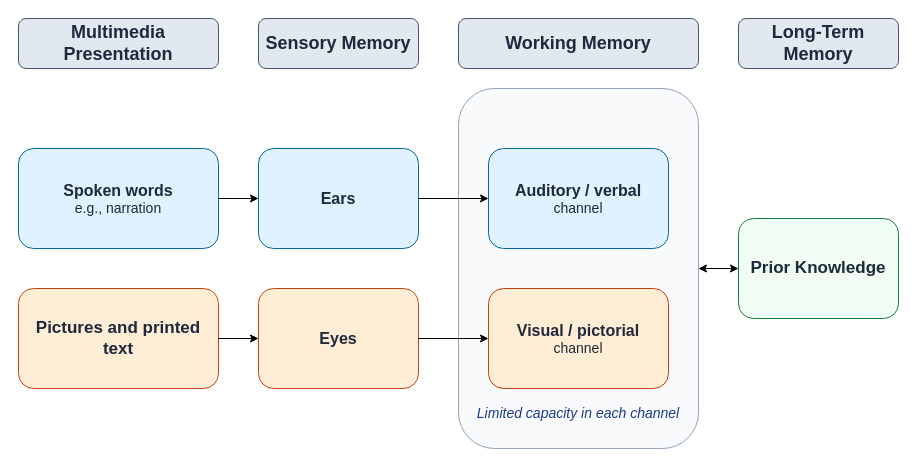
Above: thesis_figure_two.drawio in Matasem-h/SimpleFlowcharts (draw.io), before the change. Source tidied: cells renumbered, new cells numbered last; positions are measured from the earlier drawing's top-left corner, leaving out a move shared by most shapes. Both pictures are drawn from the tidied source at 100%, with x=0, y=0 at pixel (18, 18).
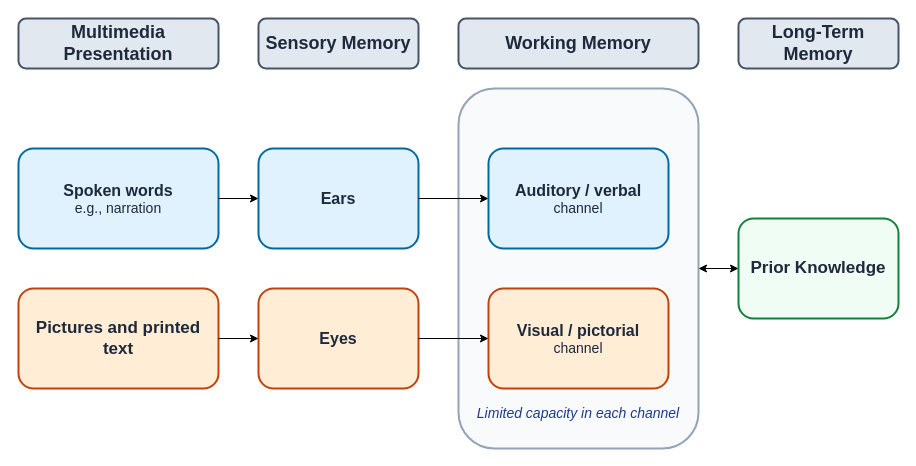
After the change.

Diff of the diagram source:
```diff
@@
 <mxGraphModel>
   <root>
     <mxCell id="0" />
     <mxCell id="1" parent="0" />
-    <mxCell id="2" value="&lt;b&gt;&lt;font style=&quot;font-size: 17px;&quot;&gt;Pictures and printed text&lt;/font&gt;&lt;/b&gt;" style="rounded=1;whiteSpace=wrap;html=1;roundedPerimeter=1;fillColor=#FFEDD5;strokeColor=#C2410C;fontColor=#1E293B;fontSize=16;" parent="1" vertex="1">
+    <mxCell id="2" value="&lt;b&gt;&lt;font style=&quot;font-size: 17px;&quot;&gt;Pictures and printed text&lt;/font&gt;&lt;/b&gt;" style="rounded=1;whiteSpace=wrap;html=1;roundedPerimeter=1;fillColor=#FFEDD5;strokeColor=#C2410C;fontColor=#1E293B;fontSize=16;strokeWidth=2;" parent="1" vertex="1">
       <mxGeometry y="270" width="200" height="100" as="geometry" />
     </mxCell>
-    <mxCell id="3" value="&lt;div&gt;&lt;font style=&quot;font-size: 16px;&quot;&gt;&lt;b&gt;&lt;font&gt;Spoken words&lt;/font&gt;&lt;/b&gt;&lt;/font&gt;&lt;/div&gt;&lt;div&gt;&lt;font style=&quot;font-size: 14px;&quot;&gt;e.g., narration&lt;/font&gt;&lt;/div&gt;" style="rounded=1;whiteSpace=wrap;html=1;roundedPerimeter=1;fillColor=#E0F2FE;strokeColor=#0369A1;fontColor=#1E293B;" parent="1" vertex="1">
+    <mxCell id="3" value="&lt;div&gt;&lt;font style=&quot;font-size: 16px;&quot;&gt;&lt;b&gt;&lt;font&gt;Spoken words&lt;/font&gt;&lt;/b&gt;&lt;/font&gt;&lt;/div&gt;&lt;div&gt;&lt;font style=&quot;font-size: 14px;&quot;&gt;e.g., narration&lt;/font&gt;&lt;/div&gt;" style="rounded=1;whiteSpace=wrap;html=1;roundedPerimeter=1;fillColor=#E0F2FE;strokeColor=#0369A1;fontColor=#1E293B;strokeWidth=2;" parent="1" vertex="1">
       <mxGeometry y="130" width="200" height="100" as="geometry" />
     </mxCell>
-    <mxCell id="4" value="Ears" style="rounded=1;whiteSpace=wrap;html=1;roundedPerimeter=1;fillColor=#E0F2FE;strokeColor=#0369A1;fontColor=#1E293B;fontSize=16;fontStyle=1;" parent="1" vertex="1">
+    <mxCell id="4" value="Ears" style="rounded=1;whiteSpace=wrap;html=1;roundedPerimeter=1;fillColor=#E0F2FE;strokeColor=#0369A1;fontColor=#1E293B;fontSize=16;fontStyle=1;strokeWidth=2;" parent="1" vertex="1">
       <mxGeometry x="240" y="130" width="160" height="100" as="geometry" />
     </mxCell>
-    <mxCell id="5" value="Eyes" style="rounded=1;whiteSpace=wrap;html=1;roundedPerimeter=1;fillColor=#FFEDD5;strokeColor=#C2410C;fontColor=#1E293B;fontSize=16;fontStyle=1;" parent="1" vertex="1">
+    <mxCell id="5" value="Eyes" style="rounded=1;whiteSpace=wrap;html=1;roundedPerimeter=1;fillColor=#FFEDD5;strokeColor=#C2410C;fontColor=#1E293B;fontSize=16;fontStyle=1;strokeWidth=2;" parent="1" vertex="1">
       <mxGeometry x="240" y="270" width="160" height="100" as="geometry" />
     </mxCell>
-    <mxCell id="6" style="rounded=1;whiteSpace=wrap;html=1;roundedPerimeter=1;fillColor=#F8FAFC;strokeColor=#94A3B8;fontColor=#1E293B;" parent="1" vertex="1">
+    <mxCell id="6" style="rounded=1;whiteSpace=wrap;html=1;roundedPerimeter=1;fillColor=#F8FAFC;strokeColor=#94A3B8;fontColor=#1E293B;strokeWidth=2;" parent="1" vertex="1">
       <mxGeometry x="440" y="70" width="240" height="360" as="geometry" />
     </mxCell>
-    <mxCell id="7" value="&lt;b&gt;&lt;font style=&quot;font-size: 17px;&quot;&gt;Prior Knowledge&lt;/font&gt;&lt;/b&gt;" style="rounded=1;whiteSpace=wrap;html=1;roundedPerimeter=1;fillColor=#F0FDF4;strokeColor=#15803D;fontColor=#1E293B;fontSize=16;" parent="1" vertex="1">
+    <mxCell id="7" value="&lt;b&gt;&lt;font style=&quot;font-size: 17px;&quot;&gt;Prior Knowledge&lt;/font&gt;&lt;/b&gt;" style="rounded=1;whiteSpace=wrap;html=1;roundedPerimeter=1;fillColor=#F0FDF4;strokeColor=#15803D;fontColor=#1E293B;fontSize=16;strokeWidth=2;" parent="1" vertex="1">
       <mxGeometry x="720" y="200" width="160" height="100" as="geometry" />
     </mxCell>
-    <mxCell id="8" value="&lt;div&gt;&lt;font style=&quot;font-size: 16px;&quot;&gt;&lt;b&gt;Auditory / verbal&lt;/b&gt;&lt;/font&gt;&lt;/div&gt;&lt;div&gt;&lt;font style=&quot;font-size: 14px;&quot;&gt;channel&lt;/font&gt;&lt;/div&gt;" style="rounded=1;whiteSpace=wrap;html=1;roundedPerimeter=1;fillColor=#E0F2FE;strokeColor=#0369A1;fontColor=#1E293B;" parent="1" vertex="1">
+    <mxCell id="8" value="&lt;div&gt;&lt;font style=&quot;font-size: 16px;&quot;&gt;&lt;b&gt;Auditory / verbal&lt;/b&gt;&lt;/font&gt;&lt;/div&gt;&lt;div&gt;&lt;font style=&quot;font-size: 14px;&quot;&gt;channel&lt;/font&gt;&lt;/div&gt;" style="rounded=1;whiteSpace=wrap;html=1;roundedPerimeter=1;fillColor=#E0F2FE;strokeColor=#0369A1;fontColor=#1E293B;strokeWidth=2;" parent="1" vertex="1">
       <mxGeometry x="470" y="130" width="180" height="100" as="geometry" />
     </mxCell>
-    <mxCell id="9" value="&lt;div&gt;&lt;font style=&quot;font-size: 16px;&quot;&gt;&lt;b&gt;Visual / pictorial&lt;/b&gt;&lt;/font&gt;&lt;/div&gt;&lt;div&gt;&lt;font style=&quot;font-size: 14px;&quot;&gt;channel&lt;/font&gt;&lt;/div&gt;" style="rounded=1;whiteSpace=wrap;html=1;roundedPerimeter=1;fillColor=#FFEDD5;strokeColor=#C2410C;fontColor=#1E293B;" parent="1" vertex="1">
+    <mxCell id="9" value="&lt;div&gt;&lt;font style=&quot;font-size: 16px;&quot;&gt;&lt;b&gt;Visual / pictorial&lt;/b&gt;&lt;/font&gt;&lt;/div&gt;&lt;div&gt;&lt;font style=&quot;font-size: 14px;&quot;&gt;channel&lt;/font&gt;&lt;/div&gt;" style="rounded=1;whiteSpace=wrap;html=1;roundedPerimeter=1;fillColor=#FFEDD5;strokeColor=#C2410C;fontColor=#1E293B;strokeWidth=2;" parent="1" vertex="1">
       <mxGeometry x="470" y="270" width="180" height="100" as="geometry" />
     </mxCell>
     <mxCell id="10" style="endArrow=classic;html=1;rounded=0;defaultLabelBackgroundColor=gap;exitX=1;exitY=0.5;exitDx=0;exitDy=0;entryX=0;entryY=0.5;entryDx=0;entryDy=0;fontColor=#1E293B;" parent="1" edge="1" source="2" target="5">
       <mxGeometry relative="1" as="geometry" />
     </mxCell>
     <mxCell id="11" style="endArrow=classic;html=1;rounded=0;defaultLabelBackgroundColor=gap;exitX=1;exitY=0.5;exitDx=0;exitDy=0;entryX=0;entryY=0.5;entryDx=0;entryDy=0;fontColor=#1E293B;" parent="1" edge="1" source="3" target="4">
       <mxGeometry relative="1" as="geometry" />
     </mxCell>
     <mxCell id="12" style="endArrow=classic;html=1;rounded=0;defaultLabelBackgroundColor=gap;exitX=1;exitY=0.5;exitDx=0;exitDy=0;entryX=0;entryY=0.5;entryDx=0;entryDy=0;fontColor=#1E293B;" parent="1" edge="1" source="4" target="8">
       <mxGeometry relative="1" as="geometry" />
     </mxCell>
     <mxCell id="13" style="endArrow=classic;html=1;rounded=0;defaultLabelBackgroundColor=gap;exitX=1;exitY=0.5;exitDx=0;exitDy=0;entryX=0;entryY=0.5;entryDx=0;entryDy=0;fontColor=#1E293B;" parent="1" edge="1" source="5" target="9">
       <mxGeometry relative="1" as="geometry" />
     </mxCell>
     <mxCell id="14" style="endArrow=classic;startArrow=classic;html=1;rounded=0;defaultLabelBackgroundColor=gap;entryX=0;entryY=0.5;entryDx=0;entryDy=0;exitX=1;exitY=0.5;exitDx=0;exitDy=0;fontColor=#1E293B;" parent="1" edge="1" source="6" target="7">
       <mxGeometry relative="1" as="geometry" />
     </mxCell>
     <mxCell id="15" value="&lt;font style=&quot;font-size: 14px;&quot;&gt;&lt;i&gt;Limited capacity in each channel&lt;/i&gt;&lt;/font&gt;" style="text;html=1;whiteSpace=wrap;strokeColor=none;fillColor=none;align=center;verticalAlign=middle;rounded=0;fontColor=#1E3A8A;" parent="1" vertex="1">
       <mxGeometry x="440" y="380" width="240" height="30" as="geometry" />
     </mxCell>
-    <mxCell id="16" value="Multimedia Presentation" style="rounded=1;whiteSpace=wrap;html=1;roundedPerimeter=1;fillColor=#E2E8F0;strokeColor=#475569;fontColor=#1E293B;fontStyle=1;fontSize=18;" parent="1" vertex="1">
+    <mxCell id="16" value="Multimedia Presentation" style="rounded=1;whiteSpace=wrap;html=1;roundedPerimeter=1;fillColor=#E2E8F0;strokeColor=#475569;fontColor=#1E293B;fontStyle=1;fontSize=18;strokeWidth=2;" parent="1" vertex="1">
       <mxGeometry width="200" height="50" as="geometry" />
     </mxCell>
-    <mxCell id="17" value="Sensory Memory" style="rounded=1;whiteSpace=wrap;html=1;roundedPerimeter=1;fillColor=#E2E8F0;strokeColor=#475569;fontColor=#1E293B;fontStyle=1;fontSize=18;" parent="1" vertex="1">
+    <mxCell id="17" value="Sensory Memory" style="rounded=1;whiteSpace=wrap;html=1;roundedPerimeter=1;fillColor=#E2E8F0;strokeColor=#475569;fontColor=#1E293B;fontStyle=1;fontSize=18;strokeWidth=2;" parent="1" vertex="1">
       <mxGeometry x="240" width="160" height="50" as="geometry" />
     </mxCell>
-    <mxCell id="18" value="Working Memory" style="rounded=1;whiteSpace=wrap;html=1;roundedPerimeter=1;fillColor=#E2E8F0;strokeColor=#475569;fontColor=#1E293B;fontStyle=1;fontSize=18;" parent="1" vertex="1">
+    <mxCell id="18" value="Working Memory" style="rounded=1;whiteSpace=wrap;html=1;roundedPerimeter=1;fillColor=#E2E8F0;strokeColor=#475569;fontColor=#1E293B;fontStyle=1;fontSize=18;strokeWidth=2;" parent="1" vertex="1">
       <mxGeometry x="440" width="240" height="50" as="geometry" />
     </mxCell>
-    <mxCell id="19" value="Long-Term Memory" style="rounded=1;whiteSpace=wrap;html=1;roundedPerimeter=1;fillColor=#E2E8F0;strokeColor=#475569;fontColor=#1E293B;fontStyle=1;fontSize=18;" parent="1" vertex="1">
+    <mxCell id="19" value="Long-Term Memory" style="rounded=1;whiteSpace=wrap;html=1;roundedPerimeter=1;fillColor=#E2E8F0;strokeColor=#475569;fontColor=#1E293B;fontStyle=1;fontSize=18;strokeWidth=2;" parent="1" vertex="1">
       <mxGeometry x="720" width="160" height="50" as="geometry" />
     </mxCell>
   </root>
 </mxGraphModel>
```
